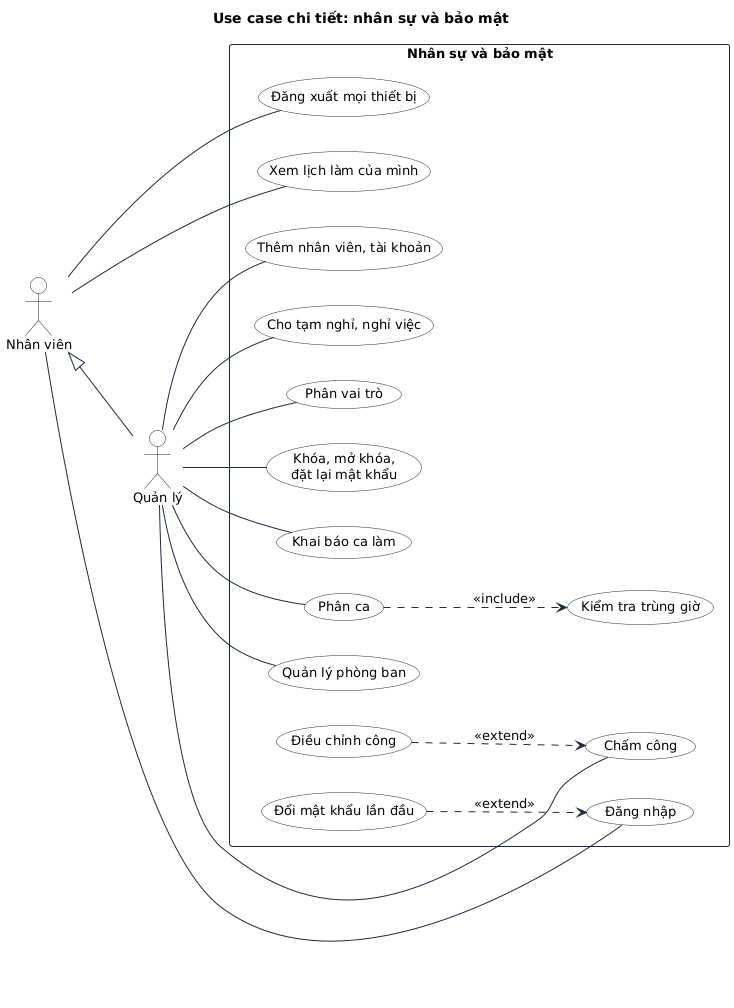
Earlier version of the PlantUML export docs/bao-cao-ltnc/uml/uc-nhan-su.png (Anpham120/restaurant-management-system).
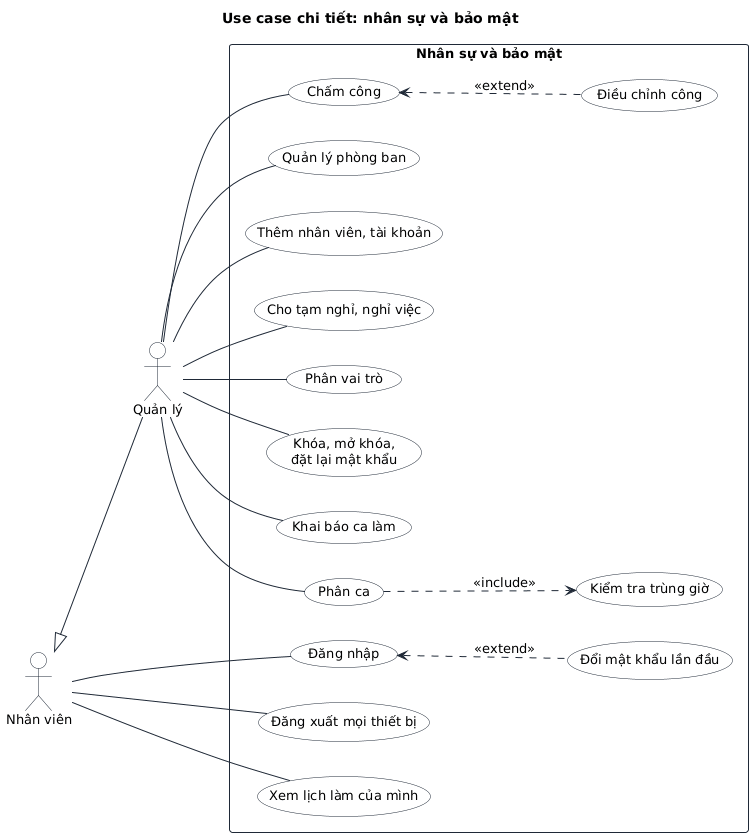
Above is the later version.

The edit, as a diff of the source:
```diff
@@ -24,7 +24,7 @@
 E -- A1
 E -- A3
 E -- S5
-A2 ..> A1 : <<extend>>
+A2 .up.> A1 : <<extend>>
 M -- H1
 M -- H2
 M -- H3
@@ -34,5 +34,5 @@
 M -- S2
 M -- S3
 S2 ..> S2a : <<include>>
-S4 ..> S3 : <<extend>>
+S4 .up.> S3 : <<extend>>
 @enduml
```
